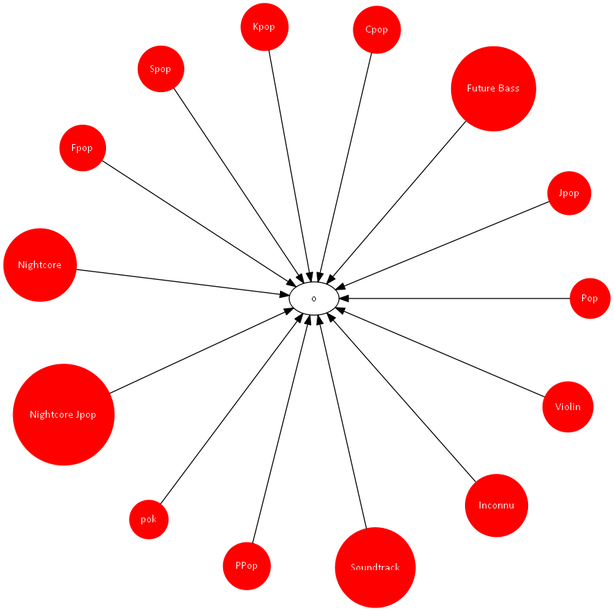
Above: Playlist Analyser/Example/Detailled/Genre/detailledGenreGraph.png in PHPierrre/Playlist-Analyser (Graphviz), before the change. Its source is kept beside it as Playlist Analyser/Example/Detailled/Genre/detailledGenreGraph.dot.
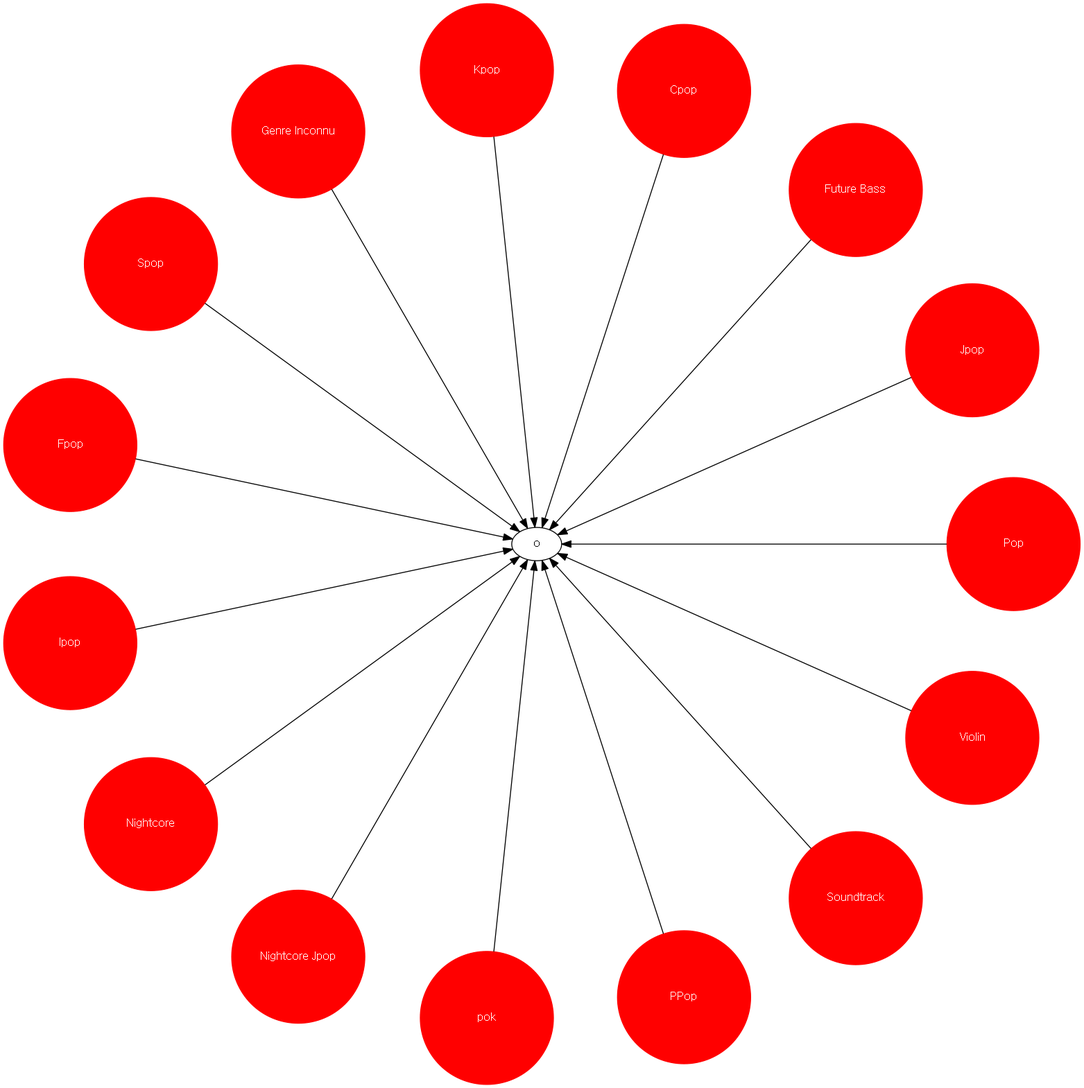
The same file after the commit.

Change to the diagram source:
```diff
@@ -1,19 +1,20 @@
 digraph G {
-0 [fontname="Calibri",  fontsize=12, label="o", comment="o"];
-1 [fontname="Calibri",  fontsize=12, fontcolor="#FFFFFFFF", shape=circle, style=filled, label="Pop", color="#FF0000FF", fillcolor="#FF0000FF", comment="Pop"];
-2 [fontname="Calibri",  fontsize=12, fontcolor="#FFFFFFFF", shape=circle, style=filled, label="Jpop", color="#FF0000FF", fillcolor="#FF0000FF", comment="Jpop"];
-3 [fontname="Calibri",  fontsize=12, fontcolor="#FFFFFFFF", shape=circle, style=filled, label="Future Bass", color="#FF0000FF", fillcolor="#FF0000FF", comment="Future Bass"];
-4 [fontname="Calibri",  fontsize=12, fontcolor="#FFFFFFFF", shape=circle, style=filled, label="Cpop", color="#FF0000FF", fillcolor="#FF0000FF", comment="Cpop"];
-5 [fontname="Calibri",  fontsize=12, fontcolor="#FFFFFFFF", shape=circle, style=filled, label="Kpop", color="#FF0000FF", fillcolor="#FF0000FF", comment="Kpop"];
-6 [fontname="Calibri",  fontsize=12, fontcolor="#FFFFFFFF", shape=circle, style=filled, label="Spop", color="#FF0000FF", fillcolor="#FF0000FF", comment="Spop"];
-7 [fontname="Calibri",  fontsize=12, fontcolor="#FFFFFFFF", shape=circle, style=filled, label="Fpop", color="#FF0000FF", fillcolor="#FF0000FF", comment="Fpop"];
-8 [fontname="Calibri",  fontsize=12, fontcolor="#FFFFFFFF", shape=circle, style=filled, label="Nightcore", color="#FF0000FF", fillcolor="#FF0000FF", comment="Nightcore"];
-9 [fontname="Calibri",  fontsize=12, fontcolor="#FFFFFFFF", shape=circle, style=filled, label="Nightcore Jpop", color="#FF0000FF", fillcolor="#FF0000FF", comment="Nightcore Jpop"];
-10 [fontname="Calibri",  fontsize=12, fontcolor="#FFFFFFFF", shape=circle, style=filled, label="pok", color="#FF0000FF", fillcolor="#FF0000FF", comment="pok"];
-11 [fontname="Calibri",  fontsize=12, fontcolor="#FFFFFFFF", shape=circle, style=filled, label="PPop", color="#FF0000FF", fillcolor="#FF0000FF", comment="PPop"];
-12 [fontname="Calibri",  fontsize=12, fontcolor="#FFFFFFFF", shape=circle, style=filled, label="Soundtrack", color="#FF0000FF", fillcolor="#FF0000FF", comment="Soundtrack"];
-13 [fontname="Calibri",  fontsize=12, fontcolor="#FFFFFFFF", shape=circle, style=filled, label="Inconnu", color="#FF0000FF", fillcolor="#FF0000FF", comment="Inconnu"];
-14 [fontname="Calibri",  fontsize=12, fontcolor="#FFFFFFFF", shape=circle, style=filled, label="Violin", color="#FF0000FF", fillcolor="#FF0000FF", comment="Violin"];
+0 [fontname="Gulim", fontsize=12, label="o", comment="o"];
+1 [fontname="Gulim", fontsize=12, fontcolor="#FFFFFFFF", shape=circle, style=filled, label="Pop",  fixedsize=true, height=2, width=2, color="#FF0000FF", fillcolor="#FF0000FF", tooltip="Genre : Pop", comment="Pop"];
+2 [fontname="Gulim", fontsize=12, fontcolor="#FFFFFFFF", shape=circle, style=filled, label="Jpop",  fixedsize=true, height=2, width=2, color="#FF0000FF", fillcolor="#FF0000FF", tooltip="Genre : Jpop", comment="Jpop"];
+3 [fontname="Gulim", fontsize=12, fontcolor="#FFFFFFFF", shape=circle, style=filled, label="Future Bass",  fixedsize=true, height=2, width=2, color="#FF0000FF", fillcolor="#FF0000FF", tooltip="Genre : Future Bass", comment="Future Bass"];
+4 [fontname="Gulim", fontsize=12, fontcolor="#FFFFFFFF", shape=circle, style=filled, label="Cpop",  fixedsize=true, height=2, width=2, color="#FF0000FF", fillcolor="#FF0000FF", tooltip="Genre : Cpop", comment="Cpop"];
+5 [fontname="Gulim", fontsize=12, fontcolor="#FFFFFFFF", shape=circle, style=filled, label="Kpop",  fixedsize=true, height=2, width=2, color="#FF0000FF", fillcolor="#FF0000FF", tooltip="Genre : Kpop", comment="Kpop"];
+6 [fontname="Gulim", fontsize=12, fontcolor="#FFFFFFFF", shape=circle, style=filled, label="Genre Inconnu",  fixedsize=true, height=2, width=2, color="#FF0000FF", fillcolor="#FF0000FF", tooltip="Genre : Genre Inconnu", comment="Genre Inconnu"];
+7 [fontname="Gulim", fontsize=12, fontcolor="#FFFFFFFF", shape=circle, style=filled, label="Spop",  fixedsize=true, height=2, width=2, color="#FF0000FF", fillcolor="#FF0000FF", tooltip="Genre : Spop", comment="Spop"];
+8 [fontname="Gulim", fontsize=12, fontcolor="#FFFFFFFF", shape=circle, style=filled, label="Fpop",  fixedsize=true, height=2, width=2, color="#FF0000FF", fillcolor="#FF0000FF", tooltip="Genre : Fpop", comment="Fpop"];
+9 [fontname="Gulim", fontsize=12, fontcolor="#FFFFFFFF", shape=circle, style=filled, label="Ipop",  fixedsize=true, height=2, width=2, color="#FF0000FF", fillcolor="#FF0000FF", tooltip="Genre : Ipop", comment="Ipop"];
+10 [fontname="Gulim", fontsize=12, fontcolor="#FFFFFFFF", shape=circle, style=filled, label="Nightcore",  fixedsize=true, height=2, width=2, color="#FF0000FF", fillcolor="#FF0000FF", tooltip="Genre : Nightcore", comment="Nightcore"];
+11 [fontname="Gulim", fontsize=12, fontcolor="#FFFFFFFF", shape=circle, style=filled, label="Nightcore Jpop",  fixedsize=true, height=2, width=2, color="#FF0000FF", fillcolor="#FF0000FF", tooltip="Genre : Nightcore Jpop", comment="Nightcore Jpop"];
+12 [fontname="Gulim", fontsize=12, fontcolor="#FFFFFFFF", shape=circle, style=filled, label="pok",  fixedsize=true, height=2, width=2, color="#FF0000FF", fillcolor="#FF0000FF", tooltip="Genre : pok", comment="pok"];
+13 [fontname="Gulim", fontsize=12, fontcolor="#FFFFFFFF", shape=circle, style=filled, label="PPop",  fixedsize=true, height=2, width=2, color="#FF0000FF", fillcolor="#FF0000FF", tooltip="Genre : PPop", comment="PPop"];
+14 [fontname="Gulim", fontsize=12, fontcolor="#FFFFFFFF", shape=circle, style=filled, label="Soundtrack",  fixedsize=true, height=2, width=2, color="#FF0000FF", fillcolor="#FF0000FF", tooltip="Genre : Soundtrack", comment="Soundtrack"];
+15 [fontname="Gulim", fontsize=12, fontcolor="#FFFFFFFF", shape=circle, style=filled, label="Violin",  fixedsize=true, height=2, width=2, color="#FF0000FF", fillcolor="#FF0000FF", tooltip="Genre : Violin", comment="Violin"];
 1 -> 0 [];
 2 -> 0 [];
 3 -> 0 [];
@@ -28,4 +29,5 @@
 12 -> 0 [];
 13 -> 0 [];
 14 -> 0 [];
+15 -> 0 [];
 }
```
